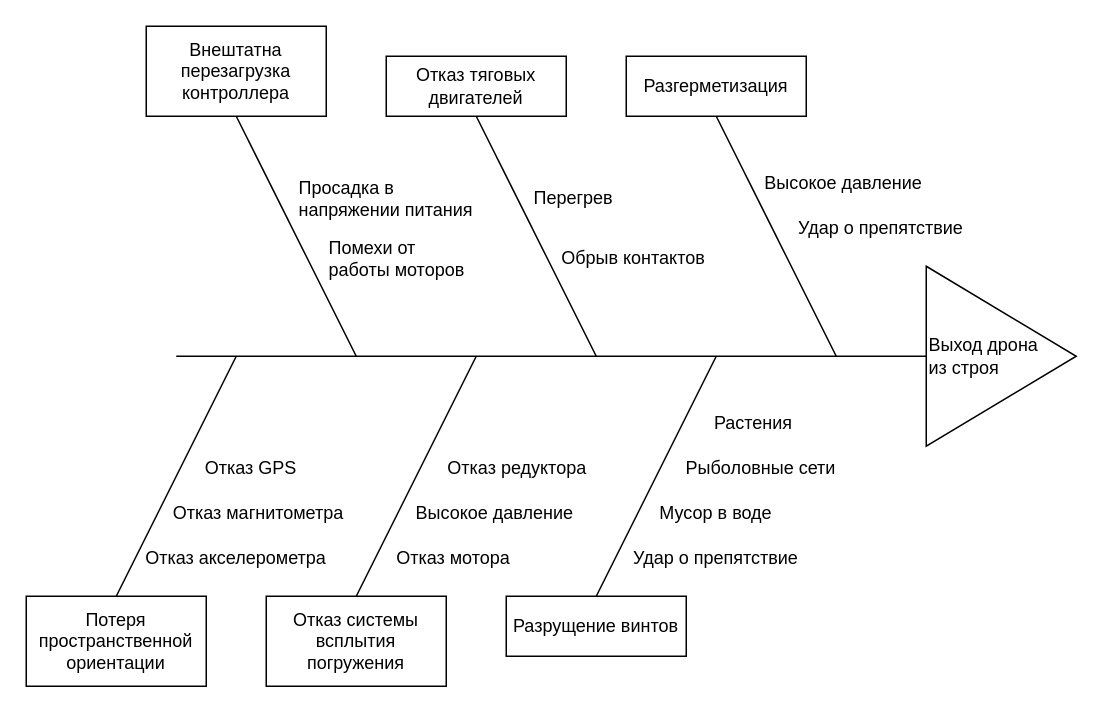
Earlier version of the draw.io diagram Documents/Диаграммы (draw.io)/1.1 Диаграмма исикавы.drawio (GushchinGleb/UnderwaterDrone). Source tidied: cells renumbered, new cells numbered last; positions are measured from the earlier drawing's top-left corner, leaving out a move shared by most shapes. Both pictures are drawn from the tidied source at 150%, with x=0, y=0 at pixel (26, 26).
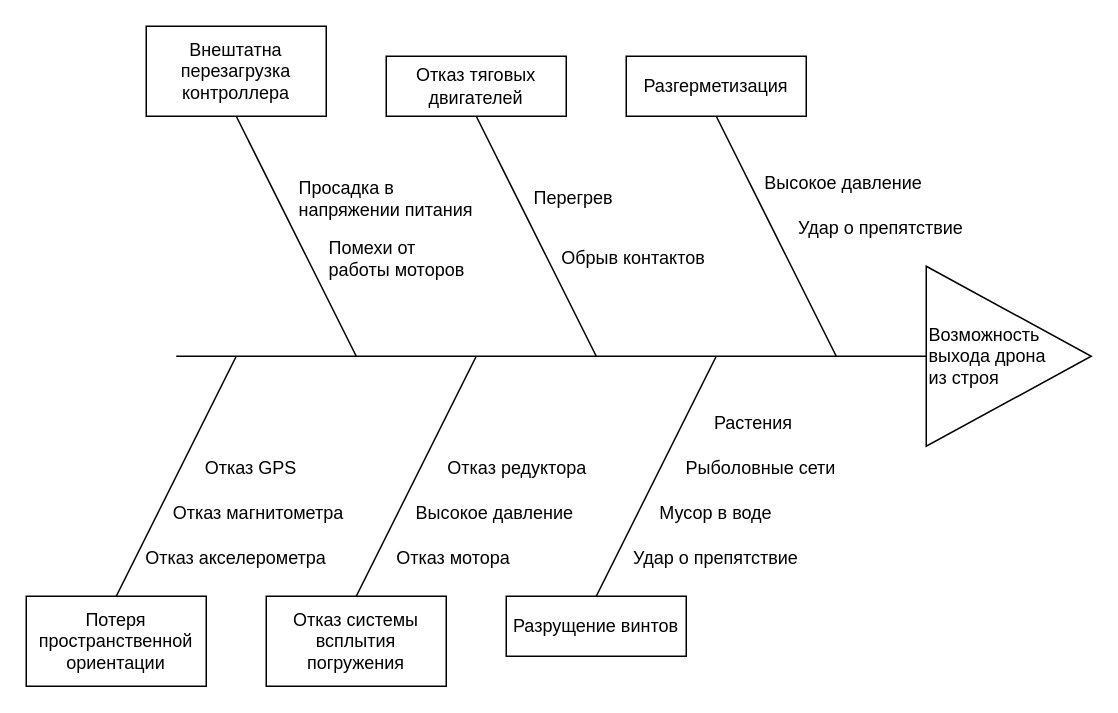
After the change.

Change to the diagram source:
```diff
@@
-    <mxCell id="2" value="Выход дрона&lt;div&gt;из строя&lt;/div&gt;" style="triangle;whiteSpace=wrap;html=1;align=left;" parent="1" vertex="1">
-      <mxGeometry x="600" y="160" width="100" height="120" as="geometry" />
+    <mxCell id="2" value="Возможность выхода дрона&lt;div&gt;из строя&lt;/div&gt;" style="triangle;whiteSpace=wrap;html=1;align=left;" parent="1" vertex="1">
+      <mxGeometry x="600" y="160" width="110" height="120" as="geometry" />
     </mxCell>
```
